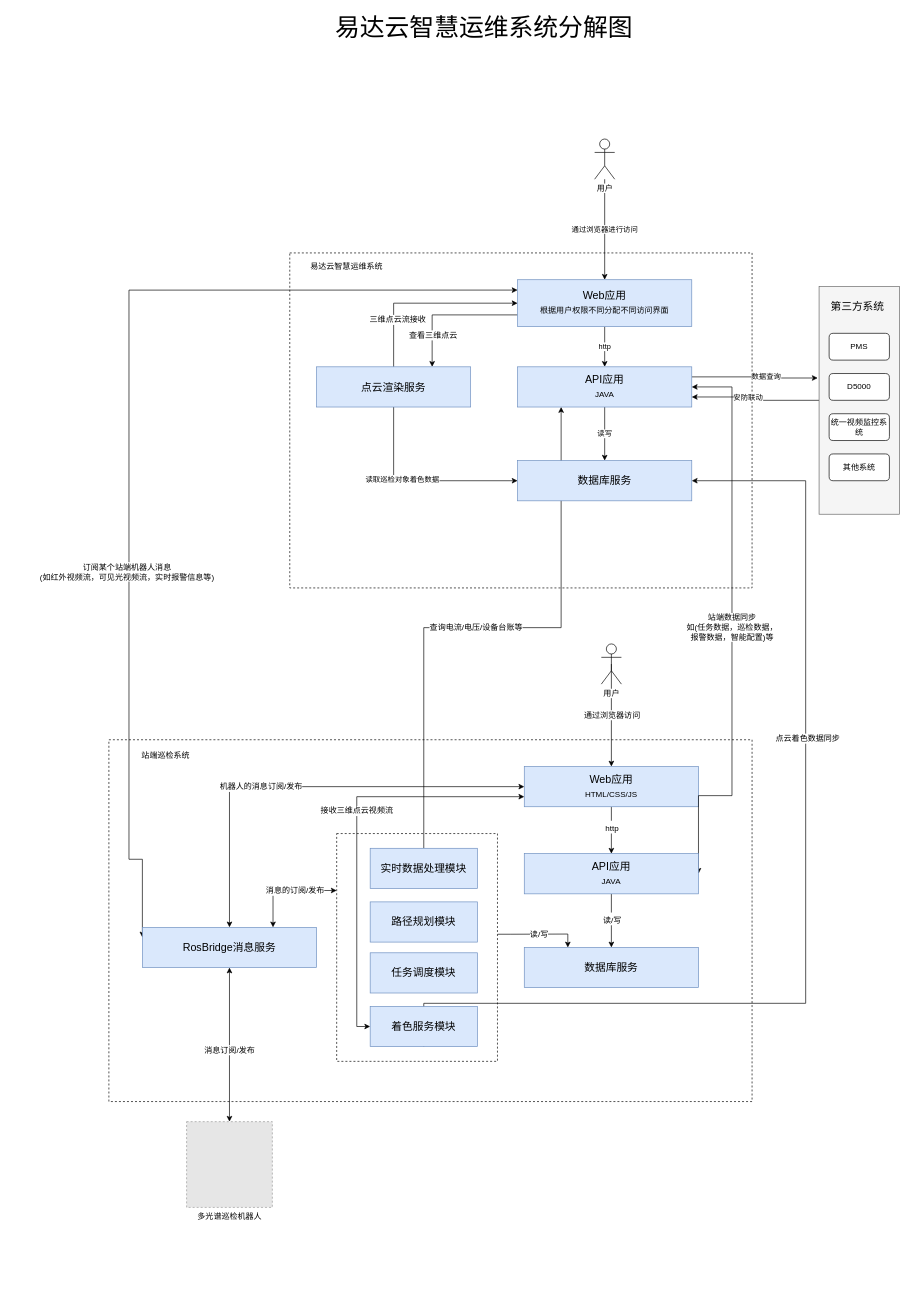
The draw.io diagram 易达云智慧运维系统分解图.drawio in wangyufei0807/draw, before the edit. Source tidied: cells renumbered, new cells numbered last; positions are measured from the earlier drawing's top-left corner, leaving out a move shared by most shapes. Both pictures are drawn from the tidied source at 67%, with x=0, y=0 at pixel (109, 11). Pictures stored in the file or linked from it are replaced by grey dashed boxes.
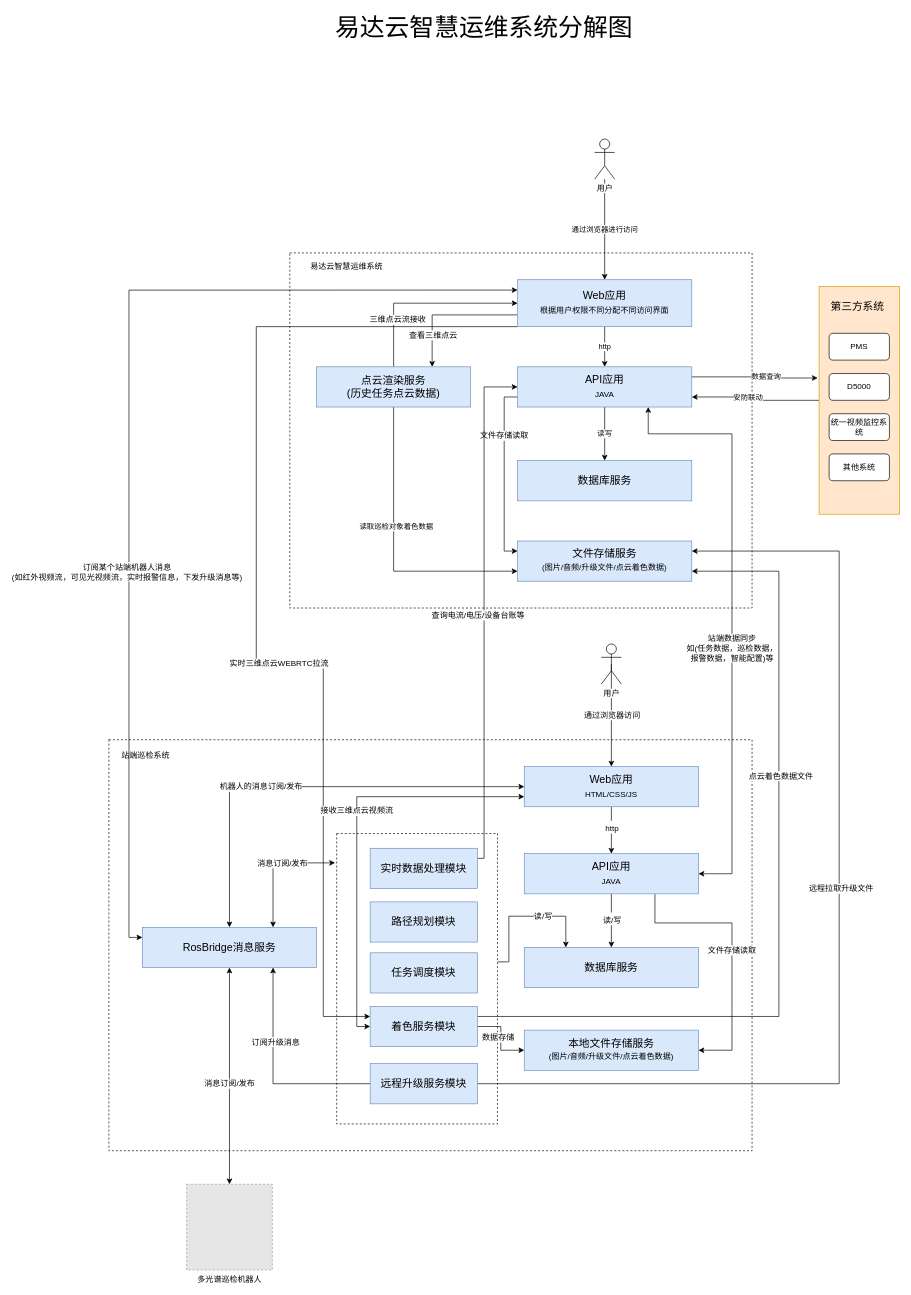
The same page after the edit.

Commit message:
更新易达云智慧运维系统分解图.drawio

The change refers to these unchanged cells:
```xml
<mxCell id="14" value="&lt;p style=&quot;line-height: 170%&quot;&gt;&lt;font style=&quot;font-size: 16px&quot;&gt;Web应用&lt;/font&gt;&lt;br&gt;根据用户权限不同分配不同访问界面&lt;br&gt;&lt;/p&gt;" style="rounded=0;whiteSpace=wrap;html=1;shadow=0;fillColor=#dae8fc;strokeColor=#6c8ebf;" parent="1" vertex="1">
  <mxGeometry x="610" y="400" width="260" height="70" as="geometry" />
</mxCell>
<mxCell id="19" value="&lt;p style=&quot;line-height: 160%&quot;&gt;&lt;font style=&quot;font-size: 16px&quot;&gt;API应用&lt;/font&gt;&lt;br&gt;JAVA&lt;/p&gt;" style="rounded=0;whiteSpace=wrap;html=1;shadow=0;fillColor=#dae8fc;strokeColor=#6c8ebf;" parent="1" vertex="1">
  <mxGeometry x="610" y="530" width="260" height="60" as="geometry" />
</mxCell>
<mxCell id="40" value="&lt;p style=&quot;line-height: 160%&quot;&gt;&lt;font style=&quot;font-size: 16px&quot;&gt;API应用&lt;/font&gt;&lt;br&gt;JAVA&lt;/p&gt;" style="rounded=0;whiteSpace=wrap;html=1;shadow=0;fillColor=#dae8fc;strokeColor=#6c8ebf;" parent="1" vertex="1">
  <mxGeometry x="620" y="1256.6" width="260" height="60" as="geometry" />
</mxCell>
<mxCell id="41" value="&lt;p style=&quot;line-height: 160%&quot;&gt;&lt;span style=&quot;font-size: 16px&quot;&gt;数据库服务&lt;/span&gt;&lt;/p&gt;" style="rounded=0;whiteSpace=wrap;html=1;shadow=0;fillColor=#dae8fc;strokeColor=#6c8ebf;" parent="1" vertex="1">
  <mxGeometry x="620" y="1396.6" width="260" height="60" as="geometry" />
</mxCell>
<mxCell id="49" value="&lt;p style=&quot;line-height: 160%&quot;&gt;&lt;span style=&quot;font-size: 16px&quot;&gt;RosBridge消息服务&lt;/span&gt;&lt;/p&gt;" style="rounded=0;whiteSpace=wrap;html=1;shadow=0;fillColor=#dae8fc;strokeColor=#6c8ebf;" parent="1" vertex="1">
  <mxGeometry x="50" y="1366.6" width="260" height="60" as="geometry" />
</mxCell>
<mxCell id="56" value="&lt;p style=&quot;line-height: 160%&quot;&gt;&lt;span style=&quot;font-size: 16px&quot;&gt;着色服务模块&lt;/span&gt;&lt;/p&gt;" style="rounded=0;whiteSpace=wrap;html=1;shadow=0;fillColor=#dae8fc;strokeColor=#6c8ebf;" parent="1" vertex="1">
  <mxGeometry x="390" y="1484.6" width="160" height="60" as="geometry" />
</mxCell>
<mxCell id="61" value="&lt;p style=&quot;line-height: 160%&quot;&gt;&lt;span style=&quot;font-size: 16px&quot;&gt;实时数据处理模块&lt;/span&gt;&lt;/p&gt;" style="rounded=0;whiteSpace=wrap;html=1;shadow=0;fillColor=#dae8fc;strokeColor=#6c8ebf;" parent="1" vertex="1">
  <mxGeometry x="390" y="1248.6" width="160" height="60" as="geometry" />
</mxCell>
<mxCell id="62" value="&lt;p style=&quot;line-height: 160%&quot;&gt;&lt;span style=&quot;font-size: 16px&quot;&gt;数据库服务&lt;/span&gt;&lt;/p&gt;" style="rounded=0;whiteSpace=wrap;html=1;shadow=0;fillColor=#dae8fc;strokeColor=#6c8ebf;" parent="1" vertex="1">
  <mxGeometry x="610" y="670" width="260" height="60" as="geometry" />
</mxCell>
```

The edit, as a diff of the source:
```diff
@@
     <mxCell id="2" style="rounded=0;whiteSpace=wrap;html=1;dashed=1;shadow=0;" parent="1" vertex="1">
-      <mxGeometry y="1086.6" width="960" height="540" as="geometry" />
+      <mxGeometry y="1086.6" width="960" height="613.4" as="geometry" />
     </mxCell>
-    <mxCell id="3" style="edgeStyle=orthogonalEdgeStyle;rounded=0;jettySize=auto;html=1;exitX=0;exitY=0.25;exitDx=0;exitDy=0;entryX=0.75;entryY=0;entryDx=0;entryDy=0;startArrow=classic;startFill=1;fontSize=12;" parent="1" edge="1" source="6" target="49">
-      <mxGeometry relative="1" as="geometry" />
+    <mxCell id="3" style="edgeStyle=orthogonalEdgeStyle;rounded=0;jettySize=auto;html=1;exitX=-0.01;exitY=0.101;exitDx=0;exitDy=0;entryX=0.75;entryY=0;entryDx=0;entryDy=0;startArrow=classic;startFill=1;fontSize=12;exitPerimeter=0;" parent="1" edge="1" source="6" target="49">
+      <mxGeometry relative="1" as="geometry">
+        <Array as="points">
+          <mxPoint x="245" y="1270" />
+        </Array>
+      </mxGeometry>
     </mxCell>
-    <mxCell id="4" value="消息的订阅/发布" style="edgeLabel;html=1;align=center;verticalAlign=middle;fontSize=12;" parent="3" vertex="1">
+    <mxCell id="4" value="消息订阅/发布" style="edgeLabel;html=1;align=center;verticalAlign=middle;fontSize=12;" parent="3" vertex="1">
       <mxGeometry x="-0.16" relative="1" as="geometry" />
     </mxCell>
-    <mxCell id="5" value="读/写" style="edgeStyle=orthogonalEdgeStyle;rounded=0;jettySize=auto;html=1;exitX=0.999;exitY=0.442;exitDx=0;exitDy=0;entryX=0.25;entryY=0;entryDx=0;entryDy=0;startArrow=none;startFill=0;fontSize=12;exitPerimeter=0;" parent="1" edge="1" source="6" target="41">
-      <mxGeometry relative="1" as="geometry" />
+    <mxCell id="5" value="读/写" style="edgeStyle=orthogonalEdgeStyle;rounded=0;orthogonalLoop=1;jettySize=auto;html=1;exitX=0.999;exitY=0.442;exitDx=0;exitDy=0;entryX=0.25;entryY=0;entryDx=0;entryDy=0;startArrow=none;startFill=0;fontSize=12;exitPerimeter=0;" parent="1" edge="1">
+      <mxGeometry x="0.26" relative="1" as="geometry">
+        <mxPoint x="576.8" y="1418.1" as="sourcePoint" />
+        <mxPoint x="682" y="1396.6" as="targetPoint" />
+        <Array as="points">
+          <mxPoint x="597" y="1418" />
+          <mxPoint x="597" y="1350" />
+          <mxPoint x="682" y="1350" />
+        </Array>
+      </mxGeometry>
     </mxCell>
     <mxCell id="6" style="rounded=0;whiteSpace=wrap;html=1;shadow=0;fontSize=12;dashed=1;" parent="1" vertex="1">
-      <mxGeometry x="340" y="1226.6" width="240" height="340" as="geometry" />
+      <mxGeometry x="340" y="1226.6" width="240" height="433.4" as="geometry" />
     </mxCell>
     <mxCell id="7" style="rounded=0;whiteSpace=wrap;html=1;dashed=1;shadow=0;" parent="1" vertex="1">
-      <mxGeometry x="270" y="360" width="690" height="500" as="geometry" />
+      <mxGeometry x="270" y="360" width="690" height="530" as="geometry" />
     </mxCell>
@@
     <mxCell id="12" style="edgeStyle=orthogonalEdgeStyle;rounded=0;jettySize=auto;html=1;exitX=0;exitY=0.221;exitDx=0;exitDy=0;entryX=0;entryY=0.25;entryDx=0;entryDy=0;startArrow=classic;startFill=1;fontSize=12;exitPerimeter=0;" parent="1" edge="1" source="14" target="49">
       <mxGeometry relative="1" as="geometry">
         <Array as="points">
           <mxPoint x="30" y="416" />
-          <mxPoint x="30" y="1265" />
+          <mxPoint x="30" y="1382" />
         </Array>
       </mxGeometry>
     </mxCell>
-    <mxCell id="13" value="订阅某个站端机器人消息&lt;br&gt;(如红外视频流，可见光视频流，实时报警信息等)" style="edgeLabel;html=1;align=center;verticalAlign=middle;fontSize=12;" parent="12" vertex="1">
+    <mxCell id="13" value="订阅某个站端机器人消息&lt;br&gt;(如红外视频流，可见光视频流，实时报警信息，下发升级消息等)" style="edgeLabel;html=1;align=center;verticalAlign=middle;fontSize=12;" parent="12" vertex="1">
       <mxGeometry x="0.25" y="-4" relative="1" as="geometry">
         <mxPoint y="20.7" as="offset" />
       </mxGeometry>
     </mxCell>
+    <mxCell id="63" style="edgeStyle=orthogonalEdgeStyle;rounded=0;jettySize=auto;html=1;exitX=0;exitY=1;exitDx=0;exitDy=0;entryX=0;entryY=0.25;entryDx=0;entryDy=0;startArrow=none;startFill=0;endArrow=classic;endFill=1;fontSize=12;" parent="1" edge="1" source="14" target="56">
+      <mxGeometry relative="1" as="geometry">
+        <Array as="points">
+          <mxPoint x="220" y="470" />
+          <mxPoint x="220" y="977" />
+          <mxPoint x="320" y="977" />
+          <mxPoint x="320" y="1500" />
+        </Array>
+      </mxGeometry>
+    </mxCell>
+    <mxCell id="64" value="实时三维点云WEBRTC拉流" style="edgeLabel;html=1;align=center;verticalAlign=middle;fontSize=12;" parent="63" vertex="1">
+      <mxGeometry x="0.17" y="5" relative="1" as="geometry" />
+    </mxCell>
@@
+    <mxCell id="65" style="edgeStyle=orthogonalEdgeStyle;rounded=0;jettySize=auto;html=1;exitX=0;exitY=0.75;exitDx=0;exitDy=0;entryX=0;entryY=0.25;entryDx=0;entryDy=0;startArrow=none;startFill=0;endArrow=classic;endFill=1;fontSize=12;" parent="1" edge="1" source="19" target="72">
+      <mxGeometry relative="1" as="geometry" />
+    </mxCell>
+    <mxCell id="66" value="文件存储读取" style="edgeLabel;html=1;align=center;verticalAlign=middle;fontSize=12;" parent="65" vertex="1">
+      <mxGeometry x="-0.13" y="-1" relative="1" as="geometry">
+        <mxPoint y="-39.3" as="offset" />
+      </mxGeometry>
+    </mxCell>
@@
-    <mxCell id="22" style="rounded=0;whiteSpace=wrap;html=1;shadow=0;fillColor=#f5f5f5;strokeColor=#666666;fontColor=#333333;" parent="1" vertex="1">
+    <mxCell id="22" style="rounded=0;whiteSpace=wrap;html=1;shadow=0;fillColor=#ffe6cc;strokeColor=#d79b00;" parent="1" vertex="1">
       <mxGeometry x="1060" y="410" width="120" height="340" as="geometry" />
     </mxCell>
-    <mxCell id="23" style="edgeStyle=orthogonalEdgeStyle;rounded=0;jettySize=auto;html=1;exitX=0.5;exitY=1;exitDx=0;exitDy=0;entryX=0;entryY=0.5;entryDx=0;entryDy=0;" parent="1" edge="1" source="27" target="62">
+    <mxCell id="23" style="edgeStyle=orthogonalEdgeStyle;rounded=0;jettySize=auto;html=1;exitX=0.5;exitY=1;exitDx=0;exitDy=0;entryX=0;entryY=0.75;entryDx=0;entryDy=0;" parent="1" edge="1" source="27" target="72">
       <mxGeometry relative="1" as="geometry" />
     </mxCell>
@@
-    <mxCell id="27" value="&lt;font style=&quot;font-size: 16px&quot;&gt;点云渲染服务&lt;/font&gt;" style="rounded=0;whiteSpace=wrap;html=1;shadow=0;fillColor=#dae8fc;strokeColor=#6c8ebf;" parent="1" vertex="1">
+    <mxCell id="27" value="&lt;font style=&quot;font-size: 16px&quot;&gt;点云渲染服务&lt;br&gt;(历史任务点云数据)&lt;br&gt;&lt;/font&gt;" style="rounded=0;whiteSpace=wrap;html=1;shadow=0;fillColor=#dae8fc;strokeColor=#6c8ebf;" parent="1" vertex="1">
       <mxGeometry x="310" y="530" width="230" height="60" as="geometry" />
     </mxCell>
@@
     <mxCell id="33" value="站端巡检系统" style="text;html=1;strokeColor=none;fillColor=none;align=center;verticalAlign=middle;whiteSpace=wrap;rounded=0;shadow=0;" parent="1" vertex="1">
-      <mxGeometry x="40" y="1100.6" width="90" height="20" as="geometry" />
+      <mxGeometry x="10" y="1100.6" width="90" height="20" as="geometry" />
     </mxCell>
@@
-    <mxCell id="39" value="站端数据同步&lt;br&gt;如(任务数据，巡检数据，&lt;br&gt;报警数据，智能配置)等" style="edgeStyle=orthogonalEdgeStyle;rounded=0;jettySize=auto;html=1;exitX=1;exitY=0.5;exitDx=0;exitDy=0;entryX=1;entryY=0.5;entryDx=0;entryDy=0;startArrow=classic;startFill=1;fontSize=12;endArrow=classic;endFill=1;" parent="1" edge="1" source="40" target="19">
-      <mxGeometry relative="1" as="geometry">
+    <mxCell id="39" value="站端数据同步&lt;br&gt;如(任务数据，巡检数据，&lt;br&gt;报警数据，智能配置)等" style="edgeStyle=orthogonalEdgeStyle;rounded=0;jettySize=auto;html=1;exitX=1;exitY=0.5;exitDx=0;exitDy=0;entryX=0.75;entryY=1;entryDx=0;entryDy=0;startArrow=classic;startFill=1;fontSize=12;endArrow=classic;endFill=1;" parent="1" edge="1" source="40" target="19">
+      <mxGeometry x="-0.11" relative="1" as="geometry">
         <Array as="points">
-          <mxPoint x="930" y="1170" />
-          <mxPoint x="930" y="560" />
+          <mxPoint x="930" y="1287" />
+          <mxPoint x="930" y="630" />
+          <mxPoint x="805" y="630" />
         </Array>
+        <mxPoint y="1" as="offset" />
       </mxGeometry>
     </mxCell>
+    <mxCell id="67" value="文件存储读取" style="edgeStyle=orthogonalEdgeStyle;rounded=0;jettySize=auto;html=1;exitX=0.75;exitY=1;exitDx=0;exitDy=0;entryX=1;entryY=0.5;entryDx=0;entryDy=0;startArrow=none;startFill=0;endArrow=classic;endFill=1;fontSize=12;" parent="1" edge="1" source="40" target="76">
+      <mxGeometry relative="1" as="geometry">
+        <Array as="points">
+          <mxPoint x="815" y="1360" />
+          <mxPoint x="930" y="1360" />
+          <mxPoint x="930" y="1550" />
+        </Array>
+      </mxGeometry>
+    </mxCell>
@@
+    <mxCell id="68" style="edgeStyle=orthogonalEdgeStyle;rounded=0;jettySize=auto;html=1;exitX=0.75;exitY=1;exitDx=0;exitDy=0;entryX=0;entryY=0.5;entryDx=0;entryDy=0;startArrow=classic;startFill=1;endArrow=none;endFill=0;fontSize=12;" parent="1" edge="1" source="49" target="75">
+      <mxGeometry relative="1" as="geometry" />
+    </mxCell>
+    <mxCell id="69" value="订阅升级消息" style="edgeLabel;html=1;align=center;verticalAlign=middle;fontSize=12;" parent="68" vertex="1">
+      <mxGeometry x="0.11" y="10" relative="1" as="geometry">
+        <mxPoint y="-52.3" as="offset" />
+      </mxGeometry>
+    </mxCell>
@@
-    <mxCell id="54" style="edgeStyle=orthogonalEdgeStyle;rounded=0;jettySize=auto;html=1;exitX=0.5;exitY=1;exitDx=0;exitDy=0;startArrow=none;startFill=0;endArrow=classic;endFill=1;fontSize=12;entryX=1;entryY=0.5;entryDx=0;entryDy=0;" parent="1" edge="1" source="56" target="62">
+    <mxCell id="54" style="edgeStyle=orthogonalEdgeStyle;rounded=0;jettySize=auto;html=1;exitX=1;exitY=0.25;exitDx=0;exitDy=0;startArrow=none;startFill=0;endArrow=classic;endFill=1;fontSize=12;entryX=1;entryY=0.75;entryDx=0;entryDy=0;" parent="1" edge="1" source="56" target="72">
       <mxGeometry relative="1" as="geometry">
         <Array as="points">
-          <mxPoint x="470" y="1480" />
-          <mxPoint x="1040" y="1480" />
-          <mxPoint x="1040" y="700" />
+          <mxPoint x="1000" y="1500" />
+          <mxPoint x="1000" y="835" />
         </Array>
       </mxGeometry>
     </mxCell>
-    <mxCell id="55" value="点云着色数据同步" style="edgeLabel;html=1;align=center;verticalAlign=middle;fontSize=12;" parent="54" vertex="1">
+    <mxCell id="55" value="点云着色数据文件" style="edgeLabel;html=1;align=center;verticalAlign=middle;fontSize=12;" parent="54" vertex="1">
       <mxGeometry x="0.3" y="-2" relative="1" as="geometry" />
     </mxCell>
+    <mxCell id="70" style="edgeStyle=orthogonalEdgeStyle;rounded=0;jettySize=auto;html=1;exitX=1;exitY=0.5;exitDx=0;exitDy=0;entryX=0;entryY=0.5;entryDx=0;entryDy=0;startArrow=none;startFill=0;endArrow=classic;endFill=1;fontSize=12;" parent="1" edge="1" source="56" target="76">
+      <mxGeometry relative="1" as="geometry" />
+    </mxCell>
+    <mxCell id="71" value="数据存储" style="edgeLabel;html=1;align=center;verticalAlign=middle;fontSize=12;" parent="70" vertex="1">
+      <mxGeometry x="-0.53" y="-1" relative="1" as="geometry">
+        <mxPoint x="5.7" y="14.4" as="offset" />
+      </mxGeometry>
+    </mxCell>
@@
     <mxCell id="57" value="多光谱巡检机器人" style="fillColor=#E6E6E6;strokeColor=#999999;dashed=1;html=1;verticalAlign=top;verticalLabelPosition=bottom;labelBackgroundColor=#ffffff;fontSize=12;" parent="1" vertex="1">
-      <mxGeometry x="116" y="1656.6" width="128" height="128" as="geometry" />
+      <mxGeometry x="116" y="1750" width="128" height="128" as="geometry" />
     </mxCell>
@@
-    <mxCell id="59" style="edgeStyle=orthogonalEdgeStyle;rounded=0;jettySize=auto;html=1;exitX=0.5;exitY=0;exitDx=0;exitDy=0;entryX=0.25;entryY=1;entryDx=0;entryDy=0;startArrow=none;startFill=0;endArrow=classic;endFill=1;fontSize=37;" parent="1" edge="1" source="61" target="19">
-      <mxGeometry relative="1" as="geometry" />
+    <mxCell id="59" style="edgeStyle=orthogonalEdgeStyle;rounded=0;jettySize=auto;html=1;exitX=1;exitY=0.25;exitDx=0;exitDy=0;entryX=0;entryY=0.5;entryDx=0;entryDy=0;startArrow=none;startFill=0;endArrow=classic;endFill=1;fontSize=37;" parent="1" edge="1" source="61" target="19">
+      <mxGeometry relative="1" as="geometry">
+        <Array as="points">
+          <mxPoint x="560" y="1264" />
+          <mxPoint x="560" y="560" />
+        </Array>
+      </mxGeometry>
     </mxCell>
@@
+    <mxCell id="72" value="&lt;font&gt;&lt;span style=&quot;font-size: 16px&quot;&gt;文件存储服务&lt;/span&gt;&lt;br&gt;&lt;font style=&quot;font-size: 12px ; line-height: 180%&quot;&gt;(图片/音频/升级文件/点云着色数据)&lt;/font&gt;&lt;br&gt;&lt;/font&gt;" style="rounded=0;whiteSpace=wrap;html=1;shadow=0;strokeWidth=1;fontSize=12;strokeColor=#6c8ebf;fillColor=#dae8fc;" parent="1" vertex="1">
+      <mxGeometry x="610" y="790" width="260" height="60" as="geometry" />
+    </mxCell>
+    <mxCell id="73" style="edgeStyle=orthogonalEdgeStyle;rounded=0;jettySize=auto;html=1;exitX=1;exitY=0.5;exitDx=0;exitDy=0;entryX=1;entryY=0.25;entryDx=0;entryDy=0;startArrow=none;startFill=0;endArrow=classic;endFill=1;fontSize=12;" parent="1" edge="1" source="75" target="72">
+      <mxGeometry relative="1" as="geometry">
+        <Array as="points">
+          <mxPoint x="1090" y="1600" />
+          <mxPoint x="1090" y="805" />
+        </Array>
+      </mxGeometry>
+    </mxCell>
+    <mxCell id="74" value="远程拉取升级文件" style="edgeLabel;html=1;align=center;verticalAlign=middle;fontSize=12;" parent="73" vertex="1">
+      <mxGeometry x="0.07" y="-2" relative="1" as="geometry" />
+    </mxCell>
+    <mxCell id="75" value="&lt;p style=&quot;line-height: 160%&quot;&gt;&lt;span style=&quot;font-size: 16px&quot;&gt;远程升级服务模块&lt;/span&gt;&lt;/p&gt;" style="rounded=0;whiteSpace=wrap;html=1;shadow=0;fillColor=#dae8fc;strokeColor=#6c8ebf;" parent="1" vertex="1">
+      <mxGeometry x="390" y="1570" width="160" height="60" as="geometry" />
+    </mxCell>
+    <mxCell id="76" value="&lt;font&gt;&lt;span style=&quot;font-size: 16px&quot;&gt;本地文件存储服务&lt;/span&gt;&lt;br&gt;&lt;font style=&quot;font-size: 12px ; line-height: 180%&quot;&gt;(图片/音频/升级文件/点云着色数据)&lt;/font&gt;&lt;br&gt;&lt;/font&gt;" style="rounded=0;whiteSpace=wrap;html=1;shadow=0;strokeWidth=1;fontSize=12;strokeColor=#6c8ebf;fillColor=#dae8fc;" parent="1" vertex="1">
+      <mxGeometry x="620" y="1520" width="260" height="60" as="geometry" />
+    </mxCell>
```
